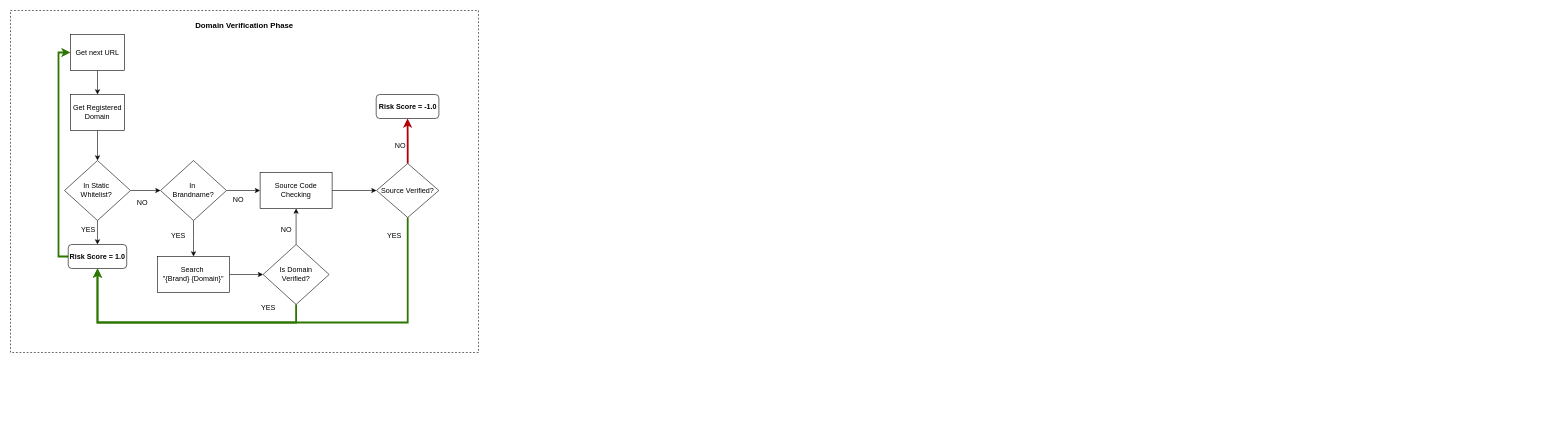
Earlier version of the draw.io diagram page "Page-2" (2 of 2) of Smishing/documentation/MXH.drawio (duynguyenhoang22/IE403_DoAnCuoiKy). Source tidied: cells renumbered, new cells numbered last; positions are measured from the earlier drawing's top-left corner, leaving out a move shared by most shapes. Both pictures are drawn from the tidied source at 60%, with x=0, y=0 at pixel (10, 10).
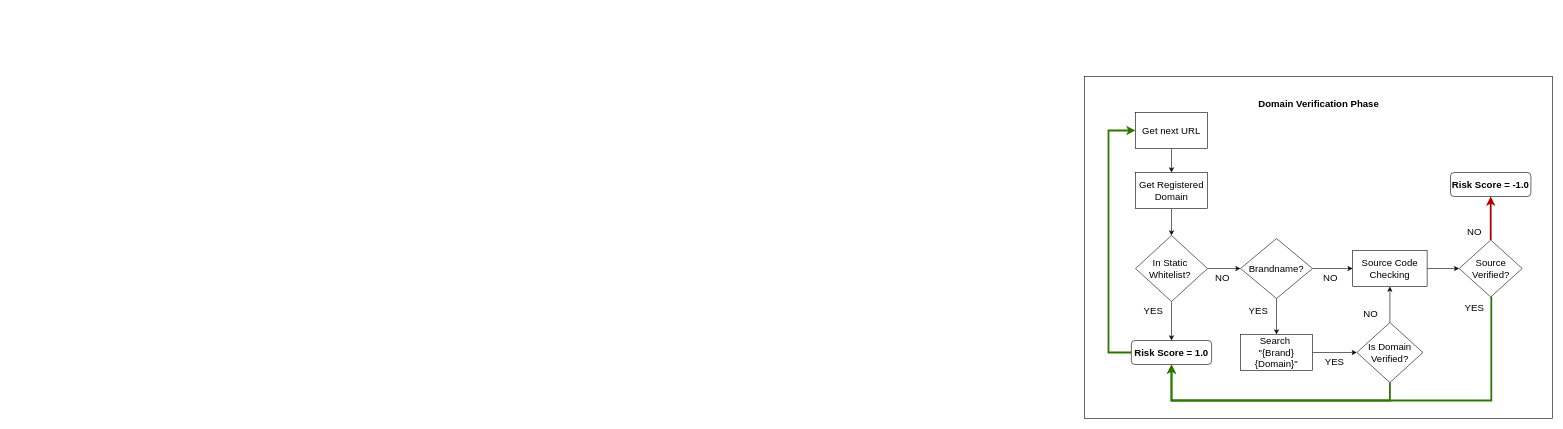
After the change.

Change to the diagram source:
```diff
@@
-    <mxCell id="2" style="group;" parent="1" vertex="1">
-      <mxGeometry width="780" height="570" as="geometry" />
-    </mxCell>
-    <mxCell id="3" style="rounded=0;whiteSpace=wrap;html=1;dashed=1;" parent="2" vertex="1">
-      <mxGeometry width="780" height="570" as="geometry" />
+    <mxCell id="3" style="rounded=0;whiteSpace=wrap;html=1;fontSize=16;" parent="1" vertex="1">
+      <mxGeometry x="1790" y="110" width="780" height="570" as="geometry" />
     </mxCell>
-    <mxCell id="4" style="edgeStyle=orthogonalEdgeStyle;rounded=0;jettySize=auto;html=1;entryX=0.5;entryY=0;entryDx=0;entryDy=0;" parent="2" edge="1" source="5" target="7">
+    <mxCell id="4" style="edgeStyle=orthogonalEdgeStyle;rounded=0;jettySize=auto;html=1;entryX=0.5;entryY=0;entryDx=0;entryDy=0;fontSize=16;" parent="1" edge="1" source="5" target="7">
       <mxGeometry relative="1" as="geometry" />
     </mxCell>
-    <mxCell id="5" value="Get next URL" style="rounded=0;whiteSpace=wrap;html=1;" parent="2" vertex="1">
-      <mxGeometry x="100" y="40" width="90" height="60" as="geometry" />
+    <mxCell id="5" value="Get next URL" style="rounded=0;whiteSpace=wrap;html=1;fontSize=16;" parent="1" vertex="1">
+      <mxGeometry x="1875" y="170" width="120" height="60" as="geometry" />
     </mxCell>
-    <mxCell id="6" style="edgeStyle=orthogonalEdgeStyle;rounded=0;jettySize=auto;html=1;entryX=0.5;entryY=0;entryDx=0;entryDy=0;" parent="2" edge="1" source="7" target="10">
+    <mxCell id="6" style="edgeStyle=orthogonalEdgeStyle;rounded=0;jettySize=auto;html=1;entryX=0.5;entryY=0;entryDx=0;entryDy=0;fontSize=16;" parent="1" edge="1" source="7" target="10">
       <mxGeometry relative="1" as="geometry" />
     </mxCell>
-    <mxCell id="7" value="Get Registered Domain" style="rounded=0;whiteSpace=wrap;html=1;" parent="2" vertex="1">
-      <mxGeometry x="100" y="140" width="90" height="60" as="geometry" />
+    <mxCell id="7" value="Get Registered Domain" style="rounded=0;whiteSpace=wrap;html=1;fontSize=16;" parent="1" vertex="1">
+      <mxGeometry x="1875" y="270" width="120" height="60" as="geometry" />
     </mxCell>
-    <mxCell id="8" style="edgeStyle=orthogonalEdgeStyle;rounded=0;jettySize=auto;html=1;entryX=0.5;entryY=0;entryDx=0;entryDy=0;" parent="2" edge="1" source="10" target="12">
+    <mxCell id="8" style="edgeStyle=orthogonalEdgeStyle;rounded=0;jettySize=auto;html=1;entryX=0.5;entryY=0;entryDx=0;entryDy=0;fontSize=16;" parent="1" edge="1" source="10" target="12">
       <mxGeometry relative="1" as="geometry" />
     </mxCell>
-    <mxCell id="9" style="edgeStyle=orthogonalEdgeStyle;rounded=0;jettySize=auto;html=1;entryX=0;entryY=0.5;entryDx=0;entryDy=0;" parent="2" edge="1" source="10" target="16">
+    <mxCell id="9" style="edgeStyle=orthogonalEdgeStyle;rounded=0;jettySize=auto;html=1;entryX=0;entryY=0.5;entryDx=0;entryDy=0;fontSize=16;" parent="1" edge="1" source="10" target="16">
       <mxGeometry relative="1" as="geometry" />
     </mxCell>
-    <mxCell id="10" value="In&amp;nbsp;&lt;span style=&quot;background-color: transparent; color: light-dark(rgb(0, 0, 0), rgb(255, 255, 255));&quot;&gt;Static&amp;nbsp;&lt;/span&gt;&lt;div&gt;&lt;span style=&quot;background-color: transparent; color: light-dark(rgb(0, 0, 0), rgb(255, 255, 255));&quot;&gt;Whitelist?&amp;nbsp;&lt;/span&gt;&lt;/div&gt;" style="rhombus;whiteSpace=wrap;html=1;" parent="2" vertex="1">
-      <mxGeometry x="90" y="250" width="110" height="100" as="geometry" />
+    <mxCell id="10" value="In&amp;nbsp;&lt;span style=&quot;background-color: transparent; color: light-dark(rgb(0, 0, 0), rgb(255, 255, 255));&quot;&gt;Static&amp;nbsp;&lt;/span&gt;&lt;div&gt;&lt;span style=&quot;background-color: transparent; color: light-dark(rgb(0, 0, 0), rgb(255, 255, 255));&quot;&gt;Whitelist?&amp;nbsp;&lt;/span&gt;&lt;/div&gt;" style="rhombus;whiteSpace=wrap;html=1;fontSize=16;" parent="1" vertex="1">
+      <mxGeometry x="1875" y="375" width="120" height="110" as="geometry" />
     </mxCell>
-    <mxCell id="11" style="edgeStyle=orthogonalEdgeStyle;rounded=0;jettySize=auto;html=1;entryX=0;entryY=0.5;entryDx=0;entryDy=0;fillColor=#60a917;strokeColor=#2D7600;strokeWidth=3;" parent="2" edge="1" source="12" target="5">
+    <mxCell id="11" style="edgeStyle=orthogonalEdgeStyle;rounded=0;jettySize=auto;html=1;entryX=0;entryY=0.5;entryDx=0;entryDy=0;fillColor=#60a917;strokeColor=#2D7600;strokeWidth=3;fontSize=16;" parent="1" edge="1" source="12" target="5">
       <mxGeometry relative="1" as="geometry">
         <Array as="points">
-          <mxPoint x="80" y="410" />
-          <mxPoint x="80" y="70" />
+          <mxPoint x="1830" y="570" />
+          <mxPoint x="1830" y="200" />
         </Array>
       </mxGeometry>
     </mxCell>
-    <mxCell id="12" value="&lt;b&gt;Risk Score = 1.0&lt;/b&gt;" style="rounded=1;whiteSpace=wrap;html=1;" parent="2" vertex="1">
-      <mxGeometry x="96.2" y="390" width="97.5" height="40" as="geometry" />
+    <mxCell id="12" value="&lt;b&gt;Risk Score = 1.0&lt;/b&gt;" style="rounded=1;whiteSpace=wrap;html=1;fontSize=16;" parent="1" vertex="1">
+      <mxGeometry x="1868.1" y="550" width="133.8" height="40" as="geometry" />
     </mxCell>
-    <mxCell id="13" value="YES" style="text;html=1;whiteSpace=wrap;strokeColor=none;fillColor=none;align=center;verticalAlign=middle;rounded=0;" parent="2" vertex="1">
-      <mxGeometry x="100" y="350" width="60" height="30" as="geometry" />
+    <mxCell id="13" value="YES" style="text;html=1;whiteSpace=wrap;strokeColor=none;fillColor=none;align=center;verticalAlign=middle;rounded=0;fontSize=16;" parent="1" vertex="1">
+      <mxGeometry x="1875" y="485" width="60" height="30" as="geometry" />
     </mxCell>
-    <mxCell id="14" style="edgeStyle=orthogonalEdgeStyle;rounded=0;jettySize=auto;html=1;" parent="2" edge="1" source="16">
-      <mxGeometry relative="1" as="geometry">
-        <mxPoint x="305" y="410" as="targetPoint" />
-      </mxGeometry>
-    </mxCell>
-    <mxCell id="15" style="edgeStyle=orthogonalEdgeStyle;rounded=0;jettySize=auto;html=1;entryX=0;entryY=0.5;entryDx=0;entryDy=0;" parent="2" edge="1" source="16" target="26">
+    <mxCell id="15" style="edgeStyle=orthogonalEdgeStyle;rounded=0;jettySize=auto;html=1;entryX=0;entryY=0.5;entryDx=0;entryDy=0;fontSize=16;" parent="1" edge="1" source="16" target="26">
       <mxGeometry relative="1" as="geometry" />
     </mxCell>
+    <mxCell id="36" style="edgeStyle=orthogonalEdgeStyle;rounded=0;jettySize=auto;html=1;entryX=0.5;entryY=0;entryDx=0;entryDy=0;" parent="1" edge="1" source="16" target="20">
+      <mxGeometry relative="1" as="geometry" />
+    </mxCell>
-    <mxCell id="16" value="In&amp;nbsp;&lt;div&gt;Brandname?&lt;/div&gt;" style="rhombus;whiteSpace=wrap;html=1;" parent="2" vertex="1">
-      <mxGeometry x="250" y="250" width="110" height="100" as="geometry" />
+    <mxCell id="16" value="&lt;div&gt;Brandname?&lt;/div&gt;" style="rhombus;whiteSpace=wrap;html=1;fontSize=16;" parent="1" vertex="1">
+      <mxGeometry x="2050" y="380" width="120" height="100" as="geometry" />
     </mxCell>
-    <mxCell id="17" value="NO" style="text;html=1;whiteSpace=wrap;strokeColor=none;fillColor=none;align=center;verticalAlign=middle;rounded=0;" parent="2" vertex="1">
-      <mxGeometry x="189.5" y="305" width="60" height="30" as="geometry" />
+    <mxCell id="17" value="NO" style="text;html=1;whiteSpace=wrap;strokeColor=none;fillColor=none;align=center;verticalAlign=middle;rounded=0;fontSize=16;" parent="1" vertex="1">
+      <mxGeometry x="1990" y="430" width="60" height="30" as="geometry" />
     </mxCell>
-    <mxCell id="18" value="YES" style="text;html=1;whiteSpace=wrap;strokeColor=none;fillColor=none;align=center;verticalAlign=middle;rounded=0;" parent="2" vertex="1">
-      <mxGeometry x="250" y="360" width="60" height="30" as="geometry" />
+    <mxCell id="18" value="YES" style="text;html=1;whiteSpace=wrap;strokeColor=none;fillColor=none;align=center;verticalAlign=middle;rounded=0;fontSize=16;" parent="1" vertex="1">
+      <mxGeometry x="2050" y="485" width="60" height="30" as="geometry" />
     </mxCell>
-    <mxCell id="19" style="edgeStyle=orthogonalEdgeStyle;rounded=0;jettySize=auto;html=1;entryX=0;entryY=0.5;entryDx=0;entryDy=0;" parent="2" edge="1" source="20" target="23">
+    <mxCell id="19" style="edgeStyle=orthogonalEdgeStyle;rounded=0;jettySize=auto;html=1;entryX=0;entryY=0.5;entryDx=0;entryDy=0;fontSize=16;" parent="1" edge="1" source="20" target="23">
       <mxGeometry relative="1" as="geometry" />
     </mxCell>
-    <mxCell id="20" value="Search&amp;nbsp;&lt;div&gt;&quot;{Brand} {Domain}&quot;&lt;/div&gt;" style="rounded=0;whiteSpace=wrap;html=1;" parent="2" vertex="1">
-      <mxGeometry x="245" y="410" width="120" height="60" as="geometry" />
+    <mxCell id="20" value="Search&amp;nbsp;&lt;div&gt;&quot;{Brand} {Domain}&quot;&lt;/div&gt;" style="rounded=0;whiteSpace=wrap;html=1;fontSize=16;" parent="1" vertex="1">
+      <mxGeometry x="2050" y="540" width="120" height="60" as="geometry" />
     </mxCell>
-    <mxCell id="21" style="edgeStyle=orthogonalEdgeStyle;rounded=0;jettySize=auto;html=1;entryX=0.5;entryY=1;entryDx=0;entryDy=0;fillColor=#60a917;strokeColor=#2D7600;strokeWidth=3;" parent="2" edge="1" source="23" target="12">
+    <mxCell id="21" style="edgeStyle=orthogonalEdgeStyle;rounded=0;jettySize=auto;html=1;entryX=0.5;entryY=1;entryDx=0;entryDy=0;fillColor=#60a917;strokeColor=#2D7600;strokeWidth=3;fontSize=16;" parent="1" edge="1" source="23" target="12">
       <mxGeometry relative="1" as="geometry">
         <Array as="points">
-          <mxPoint x="476" y="520" />
-          <mxPoint x="145" y="520" />
+          <mxPoint x="2299" y="650" />
+          <mxPoint x="1935" y="650" />
         </Array>
       </mxGeometry>
     </mxCell>
-    <mxCell id="22" style="edgeStyle=orthogonalEdgeStyle;rounded=0;jettySize=auto;html=1;" parent="2" edge="1" source="23" target="26">
+    <mxCell id="22" style="edgeStyle=orthogonalEdgeStyle;rounded=0;jettySize=auto;html=1;fontSize=16;" parent="1" edge="1" source="23" target="26">
       <mxGeometry relative="1" as="geometry" />
     </mxCell>
-    <mxCell id="23" value="Is Domain&lt;div&gt;Verified?&lt;/div&gt;" style="rhombus;whiteSpace=wrap;html=1;" parent="2" vertex="1">
-      <mxGeometry x="421" y="390" width="110" height="100" as="geometry" />
+    <mxCell id="23" value="Is Domain&lt;div&gt;Verified?&lt;/div&gt;" style="rhombus;whiteSpace=wrap;html=1;fontSize=16;" parent="1" vertex="1">
+      <mxGeometry x="2244" y="520" width="110" height="100" as="geometry" />
     </mxCell>
-    <mxCell id="24" value="YES" style="text;html=1;whiteSpace=wrap;strokeColor=none;fillColor=none;align=center;verticalAlign=middle;rounded=0;" parent="2" vertex="1">
-      <mxGeometry x="400" y="480" width="60" height="30" as="geometry" />
+    <mxCell id="24" value="YES" style="text;html=1;whiteSpace=wrap;strokeColor=none;fillColor=none;align=center;verticalAlign=middle;rounded=0;fontSize=16;" parent="1" vertex="1">
+      <mxGeometry x="2177" y="570" width="60" height="30" as="geometry" />
     </mxCell>
-    <mxCell id="25" style="edgeStyle=orthogonalEdgeStyle;rounded=0;jettySize=auto;html=1;entryX=0;entryY=0.5;entryDx=0;entryDy=0;" parent="2" edge="1" source="26" target="31">
+    <mxCell id="25" style="edgeStyle=orthogonalEdgeStyle;rounded=0;jettySize=auto;html=1;entryX=0;entryY=0.5;entryDx=0;entryDy=0;fontSize=16;" parent="1" edge="1" source="26" target="31">
       <mxGeometry relative="1" as="geometry" />
     </mxCell>
-    <mxCell id="26" value="Source Code Checking" style="rounded=0;whiteSpace=wrap;html=1;" parent="2" vertex="1">
-      <mxGeometry x="416" y="270" width="120" height="60" as="geometry" />
+    <mxCell id="26" value="Source Code Checking" style="rounded=0;whiteSpace=wrap;html=1;fontSize=16;" parent="1" vertex="1">
+      <mxGeometry x="2237" y="400" width="124" height="60" as="geometry" />
     </mxCell>
-    <mxCell id="27" value="NO" style="text;html=1;whiteSpace=wrap;strokeColor=none;fillColor=none;align=center;verticalAlign=middle;rounded=0;" parent="2" vertex="1">
-      <mxGeometry x="350" y="300" width="60" height="30" as="geometry" />
+    <mxCell id="27" value="NO" style="text;html=1;whiteSpace=wrap;strokeColor=none;fillColor=none;align=center;verticalAlign=middle;rounded=0;fontSize=16;" parent="1" vertex="1">
+      <mxGeometry x="2170" y="430" width="60" height="30" as="geometry" />
     </mxCell>
-    <mxCell id="28" value="NO" style="text;html=1;whiteSpace=wrap;strokeColor=none;fillColor=none;align=center;verticalAlign=middle;rounded=0;" parent="2" vertex="1">
-      <mxGeometry x="430" y="350" width="60" height="30" as="geometry" />
+    <mxCell id="28" value="NO" style="text;html=1;whiteSpace=wrap;strokeColor=none;fillColor=none;align=center;verticalAlign=middle;rounded=0;fontSize=16;" parent="1" vertex="1">
+      <mxGeometry x="2237" y="490" width="60" height="30" as="geometry" />
     </mxCell>
-    <mxCell id="29" style="edgeStyle=orthogonalEdgeStyle;rounded=0;jettySize=auto;html=1;fillColor=#60a917;strokeColor=#2D7600;strokeWidth=3;" parent="2" edge="1" source="31" target="12">
+    <mxCell id="29" style="edgeStyle=orthogonalEdgeStyle;rounded=0;jettySize=auto;html=1;fillColor=#60a917;strokeColor=#2D7600;strokeWidth=3;fontSize=16;" parent="1" edge="1" source="31" target="12">
       <mxGeometry relative="1" as="geometry">
         <Array as="points">
-          <mxPoint x="662" y="520" />
-          <mxPoint x="145" y="520" />
+          <mxPoint x="2468" y="650" />
+          <mxPoint x="1935" y="650" />
         </Array>
       </mxGeometry>
     </mxCell>
-    <mxCell id="30" style="edgeStyle=orthogonalEdgeStyle;rounded=0;jettySize=auto;html=1;entryX=0.5;entryY=1;entryDx=0;entryDy=0;fillColor=#e51400;strokeColor=light-dark(#B20000,#FF3333);strokeWidth=3;" parent="2" edge="1" source="31" target="33">
+    <mxCell id="30" style="edgeStyle=orthogonalEdgeStyle;rounded=0;jettySize=auto;html=1;entryX=0.5;entryY=1;entryDx=0;entryDy=0;fillColor=#e51400;strokeColor=light-dark(#B20000,#FF3333);strokeWidth=3;fontSize=16;" parent="1" edge="1" source="31" target="33">
       <mxGeometry relative="1" as="geometry" />
     </mxCell>
-    <mxCell id="31" value="Source Verified?" style="rhombus;whiteSpace=wrap;html=1;" parent="2" vertex="1">
-      <mxGeometry x="610" y="255" width="104" height="90" as="geometry" />
+    <mxCell id="31" value="Source Verified?" style="rhombus;whiteSpace=wrap;html=1;fontSize=16;" parent="1" vertex="1">
+      <mxGeometry x="2414.5" y="382.5" width="105" height="95" as="geometry" />
     </mxCell>
-    <mxCell id="32" value="YES" style="text;html=1;whiteSpace=wrap;strokeColor=none;fillColor=none;align=center;verticalAlign=middle;rounded=0;" parent="2" vertex="1">
-      <mxGeometry x="610" y="360" width="60" height="30" as="geometry" />
+    <mxCell id="32" value="YES" style="text;html=1;whiteSpace=wrap;strokeColor=none;fillColor=none;align=center;verticalAlign=middle;rounded=0;fontSize=16;" parent="1" vertex="1">
+      <mxGeometry x="2410" y="480" width="60" height="30" as="geometry" />
     </mxCell>
-    <mxCell id="33" value="&lt;b&gt;Risk Score = -1.0&lt;/b&gt;" style="rounded=1;whiteSpace=wrap;html=1;" parent="2" vertex="1">
-      <mxGeometry x="609.5" y="140" width="104.5" height="40" as="geometry" />
+    <mxCell id="33" value="&lt;b&gt;Risk Score = -1.0&lt;/b&gt;" style="rounded=1;whiteSpace=wrap;html=1;fontSize=16;" parent="1" vertex="1">
+      <mxGeometry x="2400" y="270" width="134" height="40" as="geometry" />
     </mxCell>
-    <mxCell id="34" value="NO" style="text;html=1;whiteSpace=wrap;strokeColor=none;fillColor=none;align=center;verticalAlign=middle;rounded=0;" parent="2" vertex="1">
-      <mxGeometry x="619.5" y="210" width="60" height="30" as="geometry" />
+    <mxCell id="34" value="NO" style="text;html=1;whiteSpace=wrap;strokeColor=none;fillColor=none;align=center;verticalAlign=middle;rounded=0;fontSize=16;" parent="1" vertex="1">
+      <mxGeometry x="2410" y="352.5" width="60" height="30" as="geometry" />
     </mxCell>
-    <mxCell id="35" value="&lt;span style=&quot;font-size: 13px;&quot;&gt;&lt;b&gt;Domain Verification Phase&lt;/b&gt;&lt;/span&gt;" style="text;html=1;whiteSpace=wrap;strokeColor=none;fillColor=none;align=center;verticalAlign=middle;rounded=0;" parent="2" vertex="1">
-      <mxGeometry x="303" y="10" width="174" height="30" as="geometry" />
+    <mxCell id="35" value="&lt;span&gt;&lt;b&gt;Domain Verification Phase&lt;/b&gt;&lt;/span&gt;" style="text;html=1;whiteSpace=wrap;strokeColor=none;fillColor=none;align=center;verticalAlign=middle;rounded=0;fontSize=16;" parent="1" vertex="1">
+      <mxGeometry x="2076.5" y="140" width="207" height="30" as="geometry" />
     </mxCell>
```
